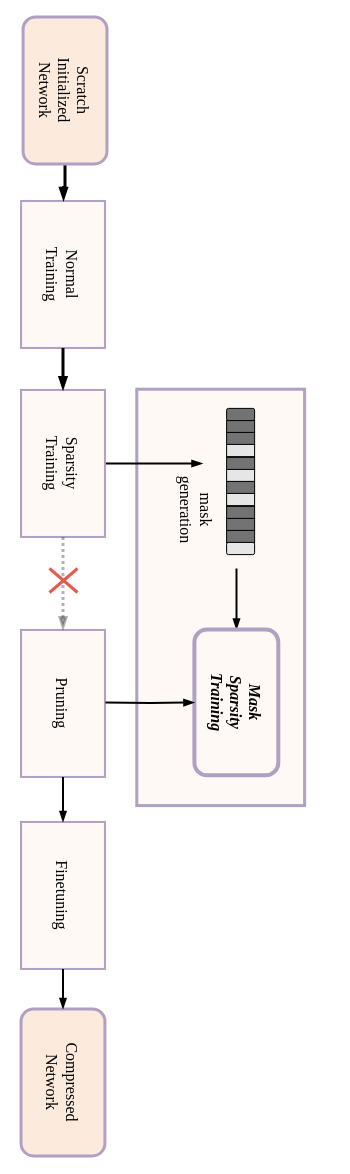
Before: Untitled Diagram.drawio in AAAAAAAyq/Personal-Studying, a draw.io diagram. Source tidied: cells renumbered, new cells numbered last; positions are measured from the earlier drawing's top-left corner, leaving out a move shared by most shapes. Both pictures are drawn from the tidied source at 100%, with x=0, y=0 at pixel (-395, 48).
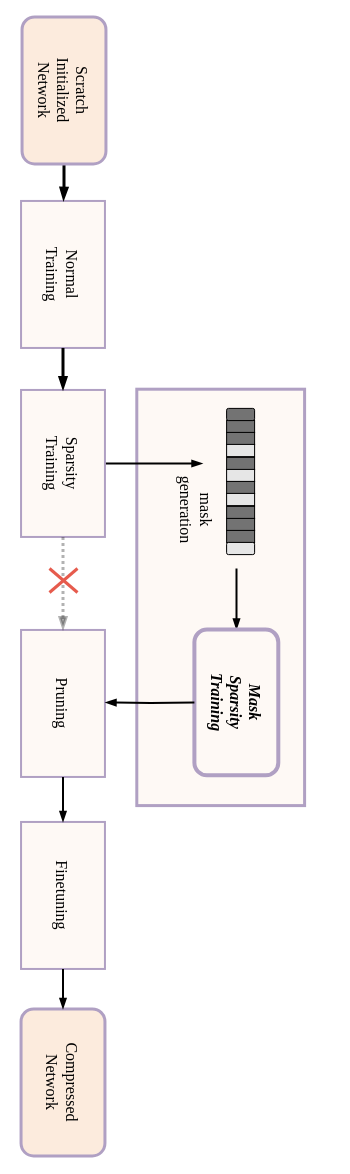
After the change.

The change refers to these unchanged cells:
```xml
<mxCell id="2" style="group;rotation=90;direction=east;" parent="1" vertex="1">
  <mxGeometry y="379" width="1139" height="316" as="geometry" />
</mxCell>
<mxCell id="32" value="&lt;b&gt;&lt;i&gt;Mask&lt;br&gt;Sparsity&lt;br&gt;Training&lt;/i&gt;&lt;/b&gt;" style="rounded=1;whiteSpace=wrap;html=1;fillColor=#FEF9F5;strokeColor=#B0A0C3;strokeWidth=4;fontFamily=Times New Roman;fontSize=16;direction=east;rotation=90;" parent="2" vertex="1">
  <mxGeometry x="558" y="233" width="145.7" height="83.9" as="geometry" />
</mxCell>
```

What changed in the source:
```diff
@@
     <mxCell id="13" value="Scratch&lt;br&gt;Initialized&lt;br&gt;Network" style="rounded=1;whiteSpace=wrap;html=1;fontFamily=Times New Roman;fontSize=16;strokeWidth=3;strokeColor=#B0A0C3;fillColor=#FCEBDD;direction=east;rotation=90;" parent="2" vertex="1">
-      <mxGeometry x="386" y="-379" width="147" height="83.9" as="geometry" />
+      <mxGeometry x="385" y="-379" width="147" height="83.9" as="geometry" />
     </mxCell>
@@
-    <mxCell id="33" style="edgeStyle=orthogonalEdgeStyle;rounded=0;jettySize=auto;html=1;exitX=0.5;exitY=1;exitDx=0;exitDy=0;fontFamily=Times New Roman;fontSize=16;endArrow=blockThin;endFill=1;strokeWidth=2;entryX=0.5;entryY=1;entryDx=0;entryDy=0;" parent="2" edge="1" target="32">
+    <mxCell id="33" style="edgeStyle=orthogonalEdgeStyle;rounded=0;jettySize=auto;html=1;exitX=0.5;exitY=1;exitDx=0;exitDy=0;fontFamily=Times New Roman;fontSize=16;endArrow=none;endFill=0;strokeWidth=2;entryX=0.5;entryY=1;entryDx=0;entryDy=0;startArrow=blockThin;startFill=1;" parent="2" edge="1" target="32">
       <mxGeometry relative="1" as="geometry">
         <mxPoint x="500" y="275" as="sourcePoint" />
       </mxGeometry>
     </mxCell>
```
